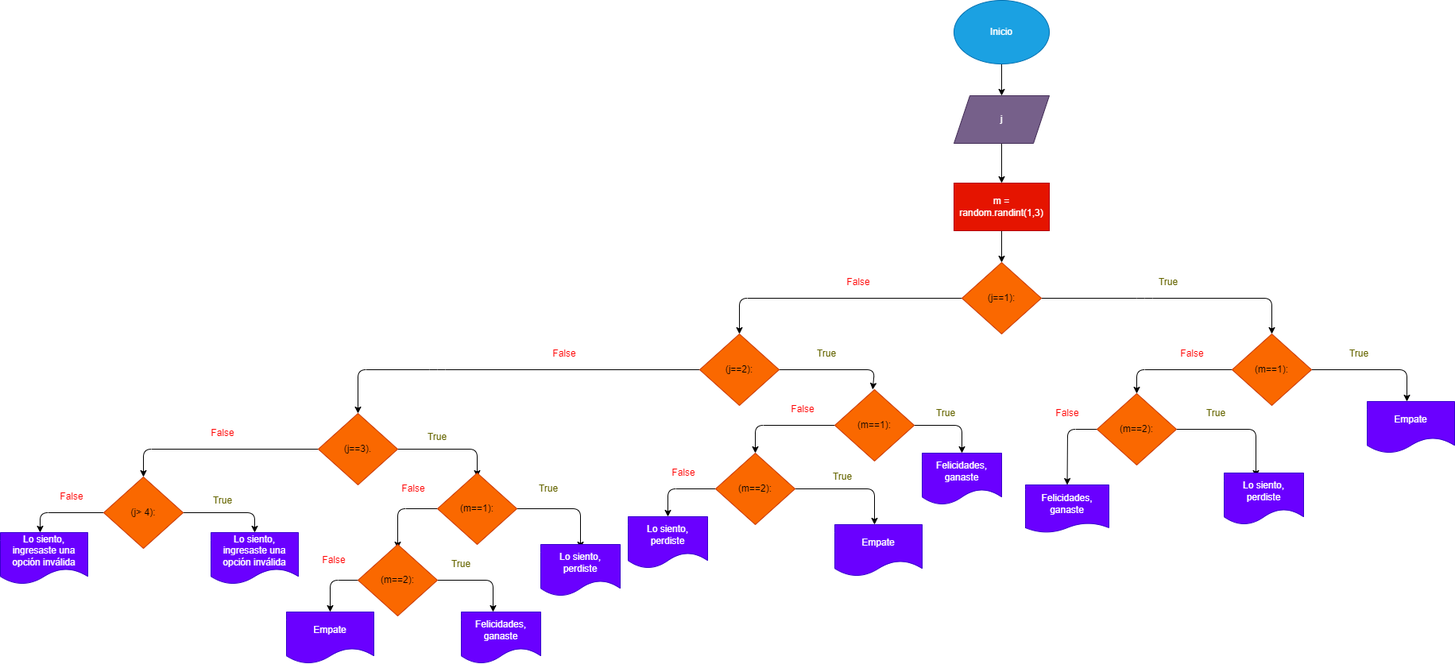
Before: diagrama.png, a diagram exported from draw.io (andresgarcia108/piedra_papel_tijera). Source tidied: cells renumbered, new cells last; positions are measured from the earlier drawing's top-left corner, leaving out a move shared by most shapes.
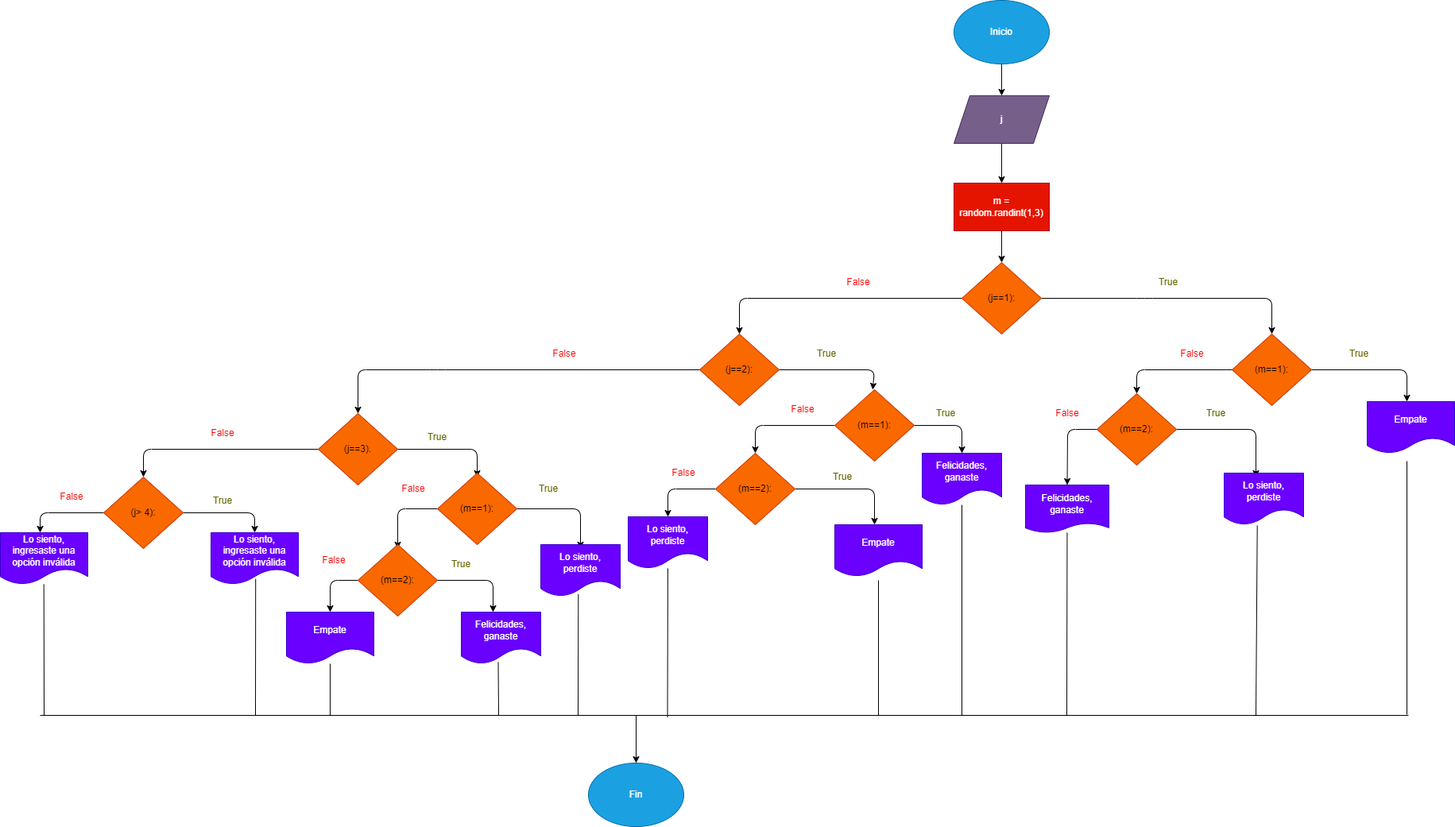
Later version of the same file.

Commit message:
Se agregó el diagrama y el código

The edit, as a diff of the source:
```diff
@@ -295,5 +295,78 @@
     <mxCell id="68" value="&lt;font color=&quot;#ff0000&quot;&gt;False&lt;/font&gt;&lt;span style=&quot;color: rgba(0, 0, 0, 0); font-family: monospace; font-size: 0px; text-align: start;&quot;&gt;%3CmxGraphModel%3E%3Croot%3E%3CmxCell%20id%3D%220%22%2F%3E%3CmxCell%20id%3D%221%22%20parent%3D%220%22%2F%3E%3CmxCell%20id%3D%222%22%20value%3D%22%26lt%3Bfont%20color%3D%26quot%3B%23666600%26quot%3B%26gt%3BTrue%26lt%3B%2Ffont%26gt%3B%22%20style%3D%22text%3Bhtml%3D1%3BstrokeColor%3Dnone%3BfillColor%3Dnone%3Balign%3Dcenter%3BverticalAlign%3Dmiddle%3BwhiteSpace%3Dwrap%3Brounded%3D0%3B%22%20vertex%3D%221%22%20parent%3D%221%22%3E%3CmxGeometry%20x%3D%22-250%22%20y%3D%22875%22%20width%3D%2260%22%20height%3D%2230%22%20as%3D%22geometry%22%2F%3E%3C%2FmxCell%3E%3C%2Froot%3E%3C%2FmxGraphModel%3E&lt;/span&gt;&lt;span style=&quot;color: rgba(0, 0, 0, 0); font-family: monospace; font-size: 0px; text-align: start;&quot;&gt;%3CmxGraphModel%3E%3Croot%3E%3CmxCell%20id%3D%220%22%2F%3E%3CmxCell%20id%3D%221%22%20parent%3D%220%22%2F%3E%3CmxCell%20id%3D%222%22%20value%3D%22%26lt%3Bfont%20color%3D%26quot%3B%23666600%26quot%3B%26gt%3BTrue%26lt%3B%2Ffont%26gt%3B%22%20style%3D%22text%3Bhtml%3D1%3BstrokeColor%3Dnone%3BfillColor%3Dnone%3Balign%3Dcenter%3BverticalAlign%3Dmiddle%3BwhiteSpace%3Dwrap%3Brounded%3D0%3B%22%20vertex%3D%221%22%20parent%3D%221%22%3E%3CmxGeometry%20x%3D%22-250%22%20y%3D%22875%22%20width%3D%2260%22%20height%3D%2230%22%20as%3D%22geometry%22%2F%3E%3C%2FmxCell%3E%3C%2Froot%3E%3C%2FmxGraphModel%3E&lt;/span&gt;" style="text;html=1;strokeColor=none;fillColor=none;align=center;verticalAlign=middle;whiteSpace=wrap;rounded=0;fontColor=#666600;" parent="1" vertex="1">
       <mxGeometry x="60" y="610" width="60" height="30" as="geometry" />
     </mxCell>
+    <mxCell id="69" style="endArrow=none;html=1;" parent="1" edge="1" target="43">
+      <mxGeometry relative="1" as="geometry">
+        <mxPoint x="415" y="900" as="sourcePoint" />
+      </mxGeometry>
+    </mxCell>
+    <mxCell id="70" style="endArrow=none;html=1;entryX=0.465;entryY=0.967;entryDx=0;entryDy=0;entryPerimeter=0;" parent="1" edge="1" target="42">
+      <mxGeometry relative="1" as="geometry">
+        <mxPoint x="627" y="900" as="sourcePoint" />
+      </mxGeometry>
+    </mxCell>
+    <mxCell id="71" style="endArrow=none;html=1;entryX=0.511;entryY=0.896;entryDx=0;entryDy=0;entryPerimeter=0;" parent="1" edge="1" target="47">
+      <mxGeometry relative="1" as="geometry">
+        <mxPoint x="321" y="900" as="sourcePoint" />
+      </mxGeometry>
+    </mxCell>
+    <mxCell id="72" style="endArrow=none;html=1;entryX=0.511;entryY=0.896;entryDx=0;entryDy=0;entryPerimeter=0;" parent="1" edge="1">
+      <mxGeometry relative="1" as="geometry">
+        <mxPoint x="55" y="900" as="sourcePoint" />
+        <mxPoint x="54.7" y="735" as="targetPoint" />
+      </mxGeometry>
+    </mxCell>
+    <mxCell id="73" style="endArrow=none;html=1;entryX=0.473;entryY=0.96;entryDx=0;entryDy=0;entryPerimeter=0;" parent="1" edge="1" target="38">
+      <mxGeometry relative="1" as="geometry">
+        <mxPoint x="727" y="900" as="sourcePoint" />
+      </mxGeometry>
+    </mxCell>
+    <mxCell id="74" style="endArrow=none;html=1;" parent="1" edge="1" target="29">
+      <mxGeometry relative="1" as="geometry">
+        <mxPoint x="839.5" y="902.6" as="sourcePoint" />
+      </mxGeometry>
+    </mxCell>
+    <mxCell id="75" style="endArrow=none;html=1;" parent="1" edge="1">
+      <mxGeometry relative="1" as="geometry">
+        <mxPoint x="1105" y="900" as="sourcePoint" />
+        <mxPoint x="1105" y="730" as="targetPoint" />
+      </mxGeometry>
+    </mxCell>
+    <mxCell id="76" style="endArrow=none;html=1;" parent="1" edge="1" target="24">
+      <mxGeometry relative="1" as="geometry">
+        <mxPoint x="1210" y="900" as="sourcePoint" />
+      </mxGeometry>
+    </mxCell>
+    <mxCell id="77" style="endArrow=none;html=1;" parent="1" edge="1" target="17">
+      <mxGeometry relative="1" as="geometry">
+        <mxPoint x="1342" y="900" as="sourcePoint" />
+      </mxGeometry>
+    </mxCell>
+    <mxCell id="78" style="endArrow=none;html=1;entryX=0.417;entryY=1.016;entryDx=0;entryDy=0;entryPerimeter=0;" parent="1" edge="1" target="30">
+      <mxGeometry relative="1" as="geometry">
+        <mxPoint x="1580" y="900" as="sourcePoint" />
+      </mxGeometry>
+    </mxCell>
+    <mxCell id="79" style="endArrow=none;html=1;" parent="1" edge="1">
+      <mxGeometry relative="1" as="geometry">
+        <mxPoint x="1770" y="899" as="sourcePoint" />
+        <mxPoint x="1770" y="580" as="targetPoint" />
+      </mxGeometry>
+    </mxCell>
+    <mxCell id="80" style="endArrow=none;html=1;" parent="1" edge="1">
+      <mxGeometry relative="1" as="geometry">
+        <mxPoint x="50" y="900" as="sourcePoint" />
+        <mxPoint x="1771.9" y="900" as="targetPoint" />
+      </mxGeometry>
+    </mxCell>
+    <mxCell id="81" style="endArrow=classic;html=1;" parent="1" edge="1">
+      <mxGeometry relative="1" as="geometry">
+        <mxPoint x="800" y="900" as="sourcePoint" />
+        <mxPoint x="800" y="960" as="targetPoint" />
+      </mxGeometry>
+    </mxCell>
+    <mxCell id="82" value="Fin" style="ellipse;whiteSpace=wrap;html=1;fillColor=#1ba1e2;fontColor=#ffffff;strokeColor=#006EAF;" parent="1" vertex="1">
+      <mxGeometry x="740" y="960" width="120" height="80" as="geometry" />
+    </mxCell>
   </root>
 </mxGraphModel>
```
